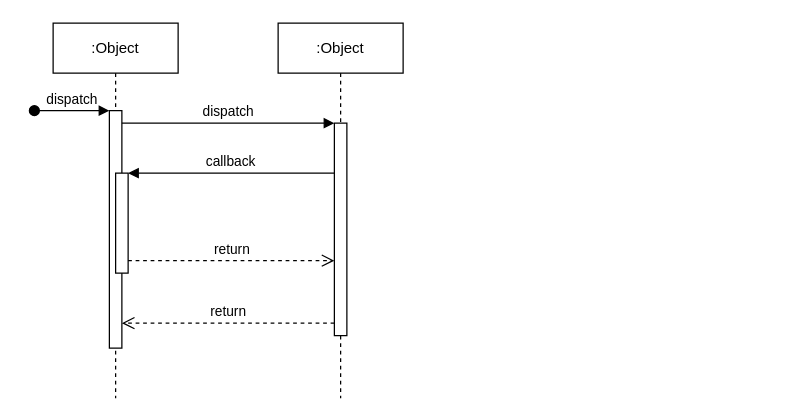
Before: Docs/Sample3.drawio in CrashingGuru/FGAN-Build-a-thon, a draw.io diagram. Source tidied: cells renumbered, new cells numbered last; positions are measured from the earlier drawing's top-left corner, leaving out a move shared by most shapes. Both pictures are drawn from the tidied source at 125%, with x=0, y=0 at pixel (34, 22).
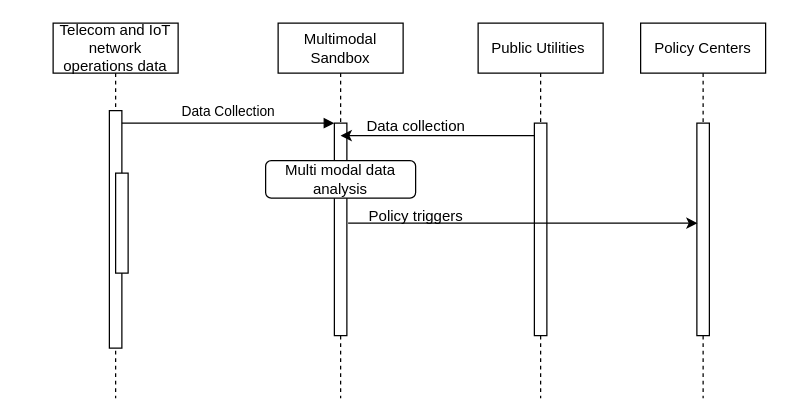
After the change.

What changed in the source:
```diff
@@
-    <mxCell id="2" value=":Object" style="shape=umlLifeline;perimeter=lifelinePerimeter;whiteSpace=wrap;html=1;newEdgeStyle={&quot;edgeStyle&quot;:&quot;elbowEdgeStyle&quot;,&quot;elbow&quot;:&quot;vertical&quot;,&quot;curved&quot;:0,&quot;rounded&quot;:0};" parent="1" vertex="1">
-      <mxGeometry x="15" width="100" height="300" as="geometry" />
-    </mxCell>
+    <mxCell id="12" value="Telecom and IoT network operations data" style="shape=umlLifeline;perimeter=lifelinePerimeter;whiteSpace=wrap;html=1;newEdgeStyle={&quot;edgeStyle&quot;:&quot;elbowEdgeStyle&quot;,&quot;elbow&quot;:&quot;vertical&quot;,&quot;curved&quot;:0,&quot;rounded&quot;:0};" parent="1" vertex="1">
+      <mxGeometry x="15" width="100" height="300" as="geometry" />
+    </mxCell>
-    <mxCell id="3" style="html=1;points=[];perimeter=orthogonalPerimeter;outlineConnect=0;targetShapes=umlLifeline;portConstraint=eastwest;newEdgeStyle={&quot;edgeStyle&quot;:&quot;elbowEdgeStyle&quot;,&quot;elbow&quot;:&quot;vertical&quot;,&quot;curved&quot;:0,&quot;rounded&quot;:0};" parent="2" vertex="1">
+    <mxCell id="3" style="html=1;points=[];perimeter=orthogonalPerimeter;outlineConnect=0;targetShapes=umlLifeline;portConstraint=eastwest;newEdgeStyle={&quot;edgeStyle&quot;:&quot;elbowEdgeStyle&quot;,&quot;elbow&quot;:&quot;vertical&quot;,&quot;curved&quot;:0,&quot;rounded&quot;:0};" parent="12" vertex="1">
       <mxGeometry x="45" y="70" width="10" height="190" as="geometry" />
     </mxCell>
-    <mxCell id="4" value="dispatch" style="html=1;verticalAlign=bottom;startArrow=oval;endArrow=block;startSize=8;edgeStyle=elbowEdgeStyle;elbow=vertical;curved=0;rounded=0;" parent="2" edge="1" target="3">
-      <mxGeometry relative="1" as="geometry">
-        <mxPoint x="-15" y="70" as="sourcePoint" />
-      </mxGeometry>
-    </mxCell>
-    <mxCell id="5" style="html=1;points=[];perimeter=orthogonalPerimeter;outlineConnect=0;targetShapes=umlLifeline;portConstraint=eastwest;newEdgeStyle={&quot;edgeStyle&quot;:&quot;elbowEdgeStyle&quot;,&quot;elbow&quot;:&quot;vertical&quot;,&quot;curved&quot;:0,&quot;rounded&quot;:0};" parent="2" vertex="1">
+    <mxCell id="5" style="html=1;points=[];perimeter=orthogonalPerimeter;outlineConnect=0;targetShapes=umlLifeline;portConstraint=eastwest;newEdgeStyle={&quot;edgeStyle&quot;:&quot;elbowEdgeStyle&quot;,&quot;elbow&quot;:&quot;vertical&quot;,&quot;curved&quot;:0,&quot;rounded&quot;:0};" parent="12" vertex="1">
       <mxGeometry x="50" y="120" width="10" height="80" as="geometry" />
     </mxCell>
-    <mxCell id="6" value=":Object" style="shape=umlLifeline;perimeter=lifelinePerimeter;whiteSpace=wrap;html=1;newEdgeStyle={&quot;edgeStyle&quot;:&quot;elbowEdgeStyle&quot;,&quot;elbow&quot;:&quot;vertical&quot;,&quot;curved&quot;:0,&quot;rounded&quot;:0};" parent="1" vertex="1">
-      <mxGeometry x="195" width="100" height="300" as="geometry" />
-    </mxCell>
-    <mxCell id="7" style="html=1;points=[];perimeter=orthogonalPerimeter;outlineConnect=0;targetShapes=umlLifeline;portConstraint=eastwest;newEdgeStyle={&quot;edgeStyle&quot;:&quot;elbowEdgeStyle&quot;,&quot;elbow&quot;:&quot;vertical&quot;,&quot;curved&quot;:0,&quot;rounded&quot;:0};" parent="6" vertex="1">
-      <mxGeometry x="45" y="80" width="10" height="170" as="geometry" />
-    </mxCell>
-    <mxCell id="8" value="dispatch" style="html=1;verticalAlign=bottom;endArrow=block;edgeStyle=elbowEdgeStyle;elbow=vertical;curved=0;rounded=0;" parent="1" edge="1" source="3" target="7">
-      <mxGeometry relative="1" as="geometry">
-        <Array as="points">
-          <mxPoint x="155" y="80" />
-        </Array>
-      </mxGeometry>
-    </mxCell>
-    <mxCell id="9" value="return" style="html=1;verticalAlign=bottom;endArrow=open;dashed=1;endSize=8;edgeStyle=elbowEdgeStyle;elbow=vertical;curved=0;rounded=0;" parent="1" edge="1" source="7" target="3">
-      <mxGeometry relative="1" as="geometry">
-        <Array as="points">
-          <mxPoint x="165" y="240" />
-        </Array>
-      </mxGeometry>
-    </mxCell>
-    <mxCell id="10" value="callback" style="html=1;verticalAlign=bottom;endArrow=block;edgeStyle=elbowEdgeStyle;elbow=vertical;curved=0;rounded=0;" parent="1" edge="1" source="7" target="5">
-      <mxGeometry relative="1" as="geometry">
-        <Array as="points">
-          <mxPoint x="165" y="120" />
-        </Array>
-      </mxGeometry>
-    </mxCell>
-    <mxCell id="11" value="return" style="html=1;verticalAlign=bottom;endArrow=open;dashed=1;endSize=8;edgeStyle=elbowEdgeStyle;elbow=vertical;curved=0;rounded=0;" parent="1" edge="1" source="5" target="7">
-      <mxGeometry relative="1" as="geometry">
-        <Array as="points">
-          <mxPoint x="155" y="190" />
-        </Array>
-      </mxGeometry>
-    </mxCell>
+    <mxCell id="13" value="Multimodal Sandbox" style="shape=umlLifeline;perimeter=lifelinePerimeter;whiteSpace=wrap;html=1;newEdgeStyle={&quot;edgeStyle&quot;:&quot;elbowEdgeStyle&quot;,&quot;elbow&quot;:&quot;vertical&quot;,&quot;curved&quot;:0,&quot;rounded&quot;:0};" parent="1" vertex="1">
+      <mxGeometry x="195" width="100" height="300" as="geometry" />
+    </mxCell>
+    <mxCell id="14" style="html=1;points=[];perimeter=orthogonalPerimeter;outlineConnect=0;targetShapes=umlLifeline;portConstraint=eastwest;newEdgeStyle={&quot;edgeStyle&quot;:&quot;elbowEdgeStyle&quot;,&quot;elbow&quot;:&quot;vertical&quot;,&quot;curved&quot;:0,&quot;rounded&quot;:0};" parent="13" vertex="1">
+      <mxGeometry x="45" y="80" width="10" height="170" as="geometry" />
+    </mxCell>
+    <mxCell id="15" value="Data Collection" style="html=1;verticalAlign=bottom;endArrow=block;edgeStyle=elbowEdgeStyle;elbow=vertical;curved=0;rounded=0;" parent="1" edge="1" source="3" target="14">
+      <mxGeometry relative="1" as="geometry">
+        <Array as="points">
+          <mxPoint x="155" y="80" />
+        </Array>
+      </mxGeometry>
+    </mxCell>
+    <mxCell id="16" value="Public Utilities&amp;nbsp;" style="shape=umlLifeline;perimeter=lifelinePerimeter;whiteSpace=wrap;html=1;newEdgeStyle={&quot;edgeStyle&quot;:&quot;elbowEdgeStyle&quot;,&quot;elbow&quot;:&quot;vertical&quot;,&quot;curved&quot;:0,&quot;rounded&quot;:0};" parent="1" vertex="1">
+      <mxGeometry x="355" width="100" height="300" as="geometry" />
+    </mxCell>
+    <mxCell id="17" style="html=1;perimeter=orthogonalPerimeter;targetShapes=umlLifeline;newEdgeStyle={&quot;edgeStyle&quot;:&quot;elbowEdgeStyle&quot;,&quot;elbow&quot;:&quot;vertical&quot;,&quot;curved&quot;:0,&quot;rounded&quot;:0};" parent="16" vertex="1">
+      <mxGeometry x="45" y="80" width="10" height="170" as="geometry" />
+    </mxCell>
+    <mxCell id="18" value="Policy Centers" style="shape=umlLifeline;perimeter=lifelinePerimeter;whiteSpace=wrap;html=1;newEdgeStyle={&quot;edgeStyle&quot;:&quot;elbowEdgeStyle&quot;,&quot;elbow&quot;:&quot;vertical&quot;,&quot;curved&quot;:0,&quot;rounded&quot;:0};" parent="1" vertex="1">
+      <mxGeometry x="485" width="100" height="300" as="geometry" />
+    </mxCell>
+    <mxCell id="19" style="html=1;perimeter=orthogonalPerimeter;targetShapes=umlLifeline;newEdgeStyle={&quot;edgeStyle&quot;:&quot;elbowEdgeStyle&quot;,&quot;elbow&quot;:&quot;vertical&quot;,&quot;curved&quot;:0,&quot;rounded&quot;:0};" parent="18" vertex="1">
+      <mxGeometry x="45" y="80" width="10" height="170" as="geometry" />
+    </mxCell>
+    <mxCell id="20" style="endArrow=classic;html=1;rounded=0;" parent="1" edge="1">
+      <mxGeometry relative="1" as="geometry">
+        <mxPoint x="400" y="90" as="sourcePoint" />
+        <mxPoint x="245" y="90" as="targetPoint" />
+      </mxGeometry>
+    </mxCell>
+    <mxCell id="21" value="Multi modal data analysis" style="rounded=1;whiteSpace=wrap;html=1;" parent="1" vertex="1">
+      <mxGeometry x="185" y="110" width="120" height="30" as="geometry" />
+    </mxCell>
+    <mxCell id="22" value="Data collection" style="text;html=1;align=center;verticalAlign=middle;strokeColor=none;fillColor=none;" parent="1" vertex="1">
+      <mxGeometry x="255" y="68" width="100" height="30" as="geometry" />
+    </mxCell>
+    <mxCell id="23" style="endArrow=classic;html=1;rounded=0;" parent="1" edge="1">
+      <mxGeometry relative="1" as="geometry">
+        <mxPoint x="251" y="160" as="sourcePoint" />
+        <mxPoint x="530.5" y="160" as="targetPoint" />
+      </mxGeometry>
+    </mxCell>
+    <mxCell id="24" value="Policy triggers" style="text;html=1;align=center;verticalAlign=middle;strokeColor=none;fillColor=none;" parent="1" vertex="1">
+      <mxGeometry x="255" y="140" width="100" height="30" as="geometry" />
+    </mxCell>
```
